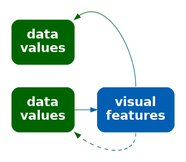
Earlier version of the Graphviz export Diagrams/dissonant-decode.png (pmur002/hdvw). Its source is kept beside it as Diagrams/dissonant-decode.dot. Its diagram source:
```dot
digraph {
  graph [ rankdir=LR; margin=.2; nodesep=.5 ];
  node [ fontsize=20; fontname="sans bold"; margin=.2 ];
  data [ label="data\nvalues"; shape=box; style="filled, rounded"; penwidth=0; fontcolor=white; fillcolor="#006400" ]
  data2 [ label="data\nvalues"; shape=box; style="filled, rounded"; penwidth=0; fontcolor=white; fillcolor="#006400" ]
  vis [ label="visual\nfeatures"; shape=box;
     style="filled, rounded"; penwidth=0; fontcolor=white; fillcolor="#005FB2" ]
  data2 -> vis [ color="#006400;0.1:#006314;0.1:#006328;0.1:#00623B;0.1:#00624F;0.1:#006163;0.1:#006177;0.1:#00608A;0.1:#00609E;0.1:#005FB2;0.1" ]
  vis:n -> data:ne [ style="solid", color="#005FB2;0.1:#00609E;0.1:#00608A;0.1:#006177;0.1:#006163;0.1:#00624F;0.1:#00623B;0.1:#006328;0.1:#006314;0.1:#006400;0.1" ]
  vis:s -> data2:se [ style="dashed", color="#005FB2;0.1:#00609E;0.1:#00608A;0.1:#006177;0.1:#006163;0.1:#00624F;0.1:#00623B;0.1:#006328;0.1:#006314;0.1:#006400;0.1" ]
{ rank=same; data, data2 }
}
```
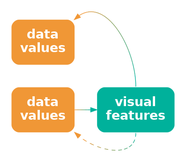
After the change.

What changed in the source:
```diff
@@ -1,12 +1,12 @@
 digraph {
   graph [ rankdir=LR; margin=.2; nodesep=.5 ];
   node [ fontsize=20; fontname="sans bold"; margin=.2 ];
-  data [ label="data\nvalues"; shape=box; style="filled, rounded"; penwidth=0; fontcolor=white; fillcolor="#006400" ]
-  data2 [ label="data\nvalues"; shape=box; style="filled, rounded"; penwidth=0; fontcolor=white; fillcolor="#006400" ]
+  data [ label="data\nvalues"; shape=box; style="filled, rounded"; penwidth=0; fontcolor=white; fillcolor="#F09736" ]
+  data2 [ label="data\nvalues"; shape=box; style="filled, rounded"; penwidth=0; fontcolor=white; fillcolor="#F09736" ]
   vis [ label="visual\nfeatures"; shape=box;
-     style="filled, rounded"; penwidth=0; fontcolor=white; fillcolor="#005FB2" ]
-  data2 -> vis [ color="#006400;0.1:#006314;0.1:#006328;0.1:#00623B;0.1:#00624F;0.1:#006163;0.1:#006177;0.1:#00608A;0.1:#00609E;0.1:#005FB2;0.1" ]
-  vis:n -> data:ne [ style="solid", color="#005FB2;0.1:#00609E;0.1:#00608A;0.1:#006177;0.1:#006163;0.1:#00624F;0.1:#00623B;0.1:#006328;0.1:#006314;0.1:#006400;0.1" ]
-  vis:s -> data2:se [ style="dashed", color="#005FB2;0.1:#00609E;0.1:#00608A;0.1:#006177;0.1:#006163;0.1:#00624F;0.1:#00623B;0.1:#006328;0.1:#006314;0.1:#006400;0.1" ]
+     style="filled, rounded"; penwidth=0; fontcolor=white; fillcolor="#00B19B" ]
+  data2 -> vis [ color="#F09736;0.1:#D59A41;0.1:#BB9D4C;0.1:#A0A058;0.1:#85A363;0.1:#6BA56E;0.1:#50A879;0.1:#35AB85;0.1:#1BAE90;0.1:#00B19B;0.1" ]
+  vis:n -> data:ne [ style="solid", color="#00B19B;0.1:#1BAE90;0.1:#35AB85;0.1:#50A879;0.1:#6BA56E;0.1:#85A363;0.1:#A0A058;0.1:#BB9D4C;0.1:#D59A41;0.1:#F09736;0.1" ]
+  vis:s -> data2:se [ style="dashed", color="#00B19B;0.1:#1BAE90;0.1:#35AB85;0.1:#50A879;0.1:#6BA56E;0.1:#85A363;0.1:#A0A058;0.1:#BB9D4C;0.1:#D59A41;0.1:#F09736;0.1" ]
 { rank=same; data, data2 }
 }
```
